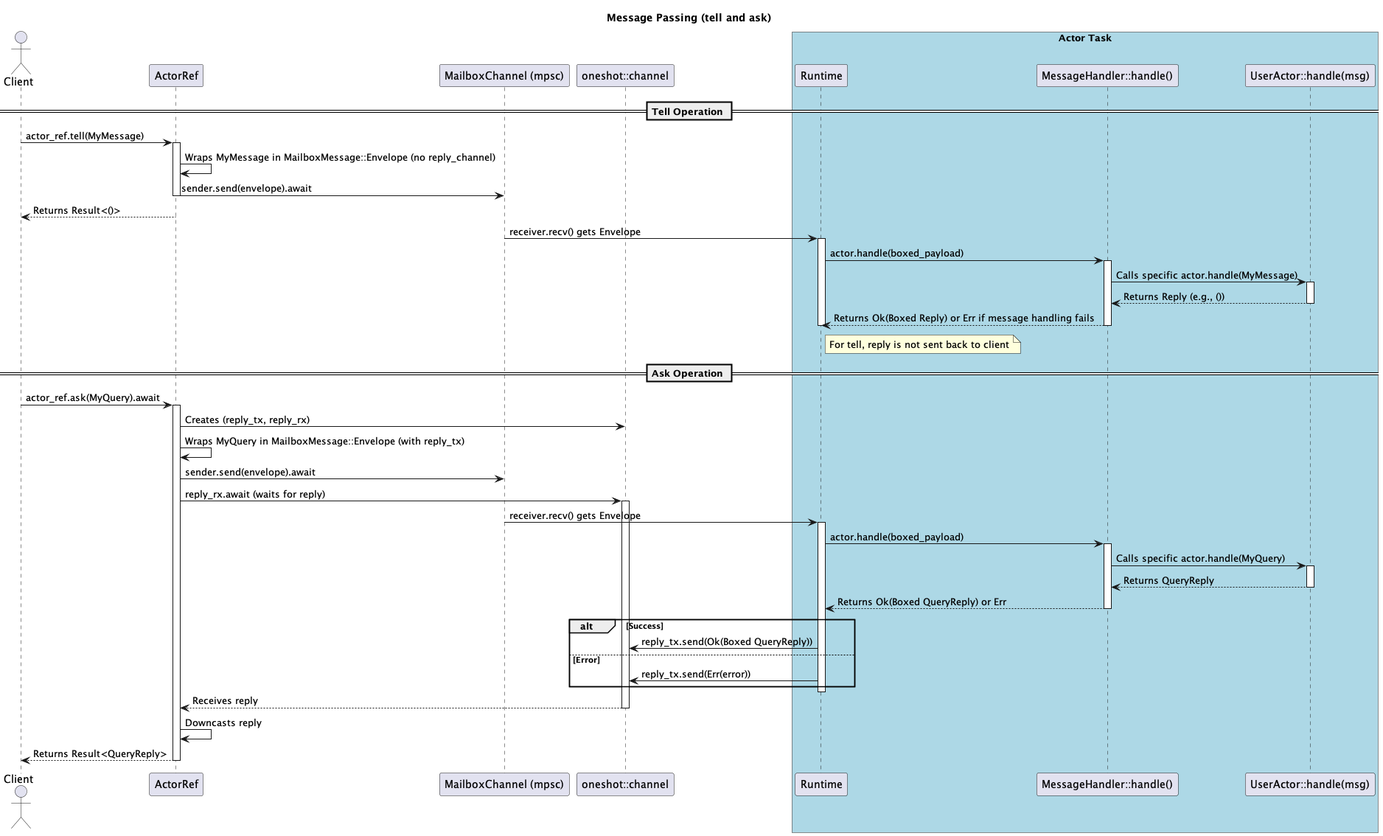
Before: docs/Message Passing.png, a diagram exported from PlantUML (hiking90/rsactor).
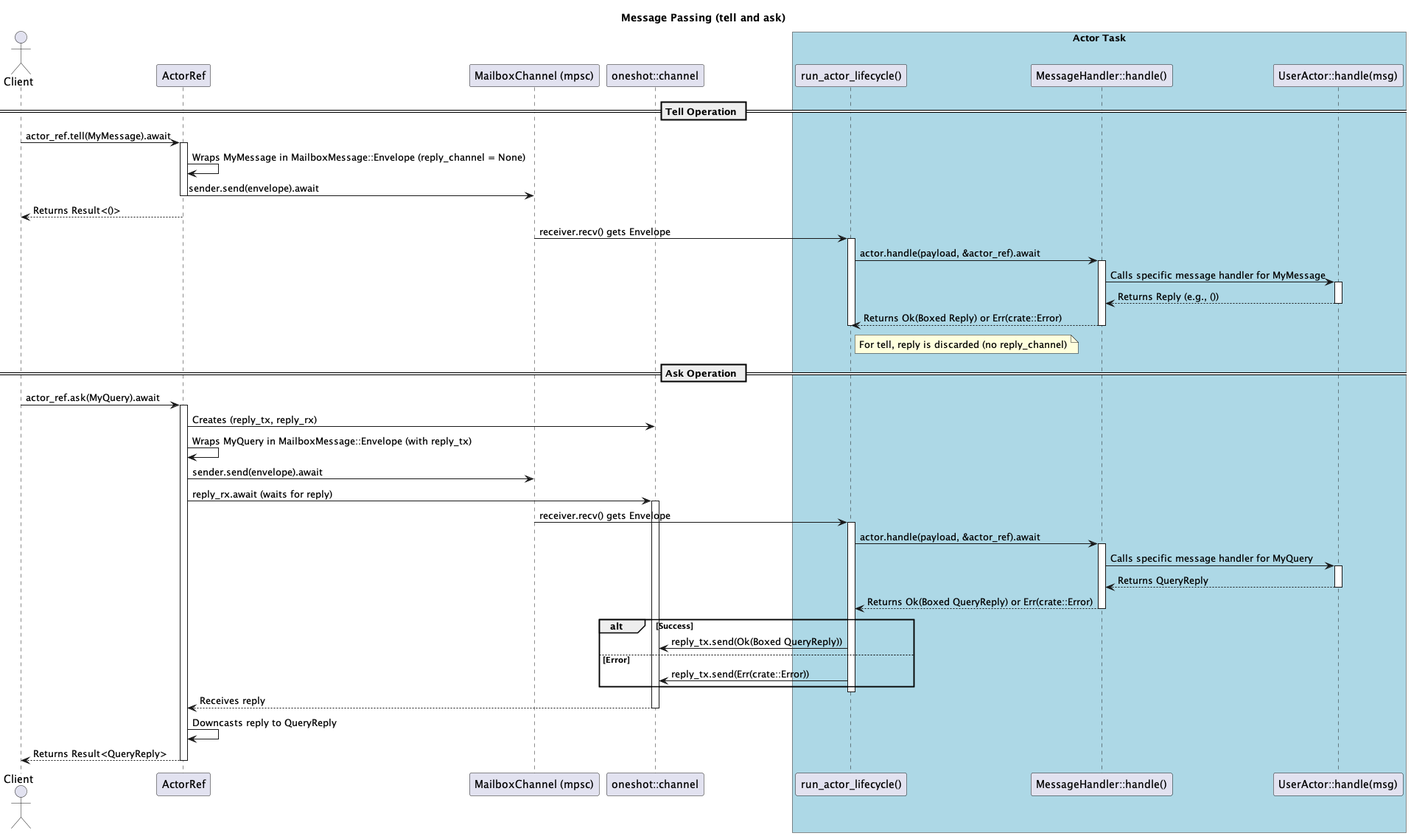
Above is the later version.

Change to the diagram source:
```diff
@@ -4,7 +4,7 @@
 actor Client
 participant "ActorRef" as ActorRef_obj
 participant "MailboxChannel (mpsc)" as MailboxChannel
-participant "Runtime" as Runtime_obj
+participant "run_actor_lifecycle()" as Runtime_obj
 participant "MessageHandler::handle()" as DynMsgHandler
 participant "UserActor::handle(msg)" as UserHandler
 participant "oneshot::channel" as OneshotChannel
@@ -16,24 +16,24 @@
 end box
 
 == Tell Operation ==
-Client -> ActorRef_obj: actor_ref.tell(MyMessage)
+Client -> ActorRef_obj: actor_ref.tell(MyMessage).await
 activate ActorRef_obj
-ActorRef_obj -> ActorRef_obj: Wraps MyMessage in MailboxMessage::Envelope (no reply_channel)
+ActorRef_obj -> ActorRef_obj: Wraps MyMessage in MailboxMessage::Envelope (reply_channel = None)
 ActorRef_obj -> MailboxChannel: sender.send(envelope).await
 deactivate ActorRef_obj
 Client <-- ActorRef_obj: Returns Result<()>
 
 MailboxChannel -> Runtime_obj: receiver.recv() gets Envelope
 activate Runtime_obj
-Runtime_obj -> DynMsgHandler: actor.handle(boxed_payload)
+Runtime_obj -> DynMsgHandler: actor.handle(payload, &actor_ref).await
 activate DynMsgHandler
-DynMsgHandler -> UserHandler: Calls specific actor.handle(MyMessage)
+DynMsgHandler -> UserHandler: Calls specific message handler for MyMessage
 activate UserHandler
 UserHandler --> DynMsgHandler: Returns Reply (e.g., ())
 deactivate UserHandler
-DynMsgHandler --> Runtime_obj: Returns Ok(Boxed Reply) or Err if message handling fails
+DynMsgHandler --> Runtime_obj: Returns Ok(Boxed Reply) or Err(crate::Error)
 deactivate DynMsgHandler
-note right of Runtime_obj: For tell, reply is not sent back to client
+note right of Runtime_obj: For tell, reply is discarded (no reply_channel)
 deactivate Runtime_obj
 
 == Ask Operation ==
@@ -47,24 +47,24 @@
 
 MailboxChannel -> Runtime_obj: receiver.recv() gets Envelope
 activate Runtime_obj
-Runtime_obj -> DynMsgHandler: actor.handle(boxed_payload)
+Runtime_obj -> DynMsgHandler: actor.handle(payload, &actor_ref).await
 activate DynMsgHandler
-DynMsgHandler -> UserHandler: Calls specific actor.handle(MyQuery)
+DynMsgHandler -> UserHandler: Calls specific message handler for MyQuery
 activate UserHandler
 UserHandler --> DynMsgHandler: Returns QueryReply
 deactivate UserHandler
-DynMsgHandler --> Runtime_obj: Returns Ok(Boxed QueryReply) or Err
+DynMsgHandler --> Runtime_obj: Returns Ok(Boxed QueryReply) or Err(crate::Error)
 deactivate DynMsgHandler
 
 alt Success
   Runtime_obj -> OneshotChannel: reply_tx.send(Ok(Boxed QueryReply))
 else Error
-  Runtime_obj -> OneshotChannel: reply_tx.send(Err(error))
+  Runtime_obj -> OneshotChannel: reply_tx.send(Err(crate::Error))
 end
 deactivate Runtime_obj
 OneshotChannel --> ActorRef_obj: Receives reply
 deactivate OneshotChannel
-ActorRef_obj -> ActorRef_obj: Downcasts reply
+ActorRef_obj -> ActorRef_obj: Downcasts reply to QueryReply
 ActorRef_obj --> Client: Returns Result<QueryReply>
 deactivate ActorRef_obj
 
```
